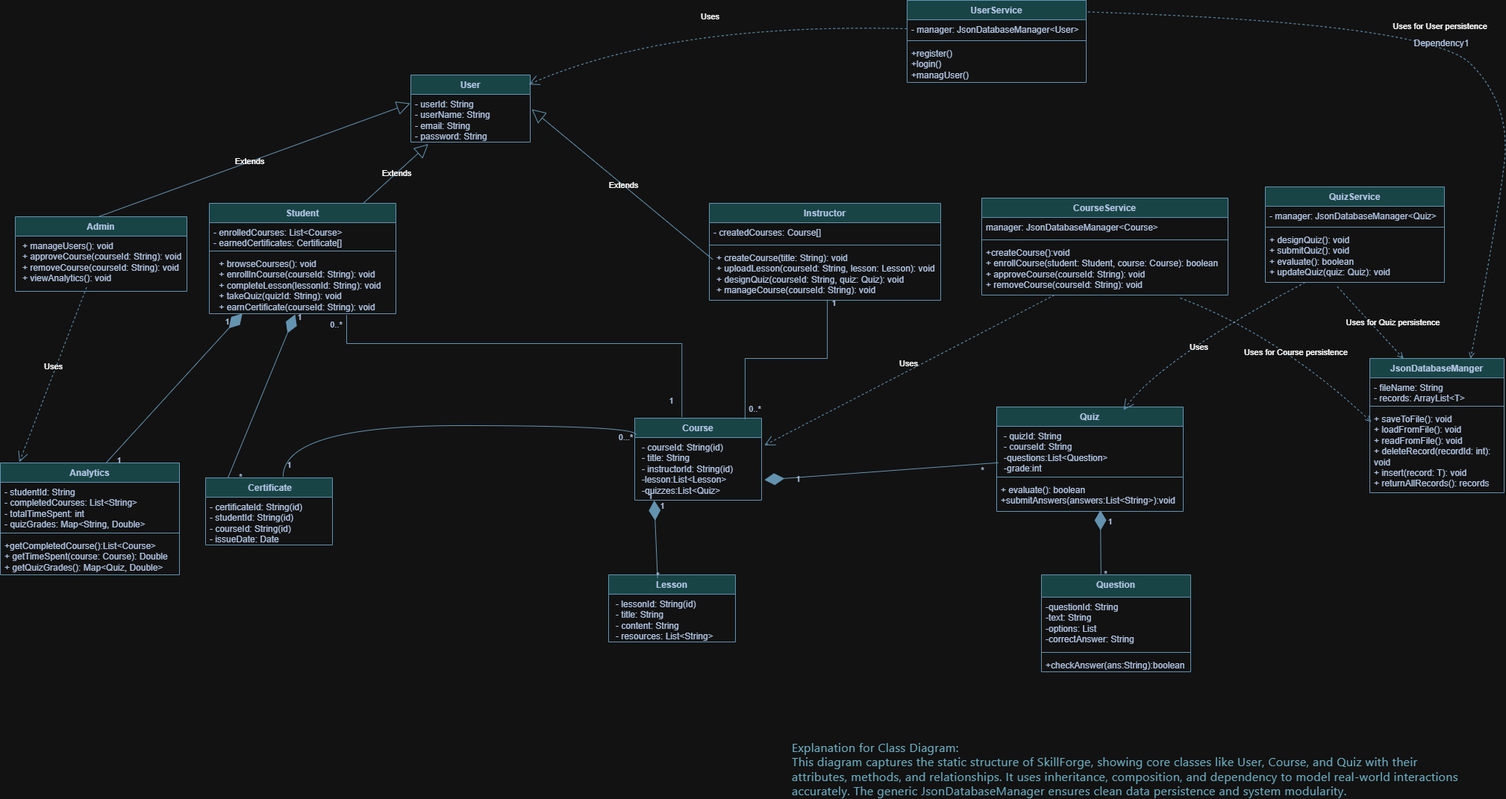
The draw.io diagram SkillForge UML Design/Class Diagram_Kirolos.drawio.png in KeroSherif/lab6, before a commit. Source tidied: cells renumbered, new cells last; positions are measured from the earlier drawing's top-left corner, leaving out a move shared by most shapes.
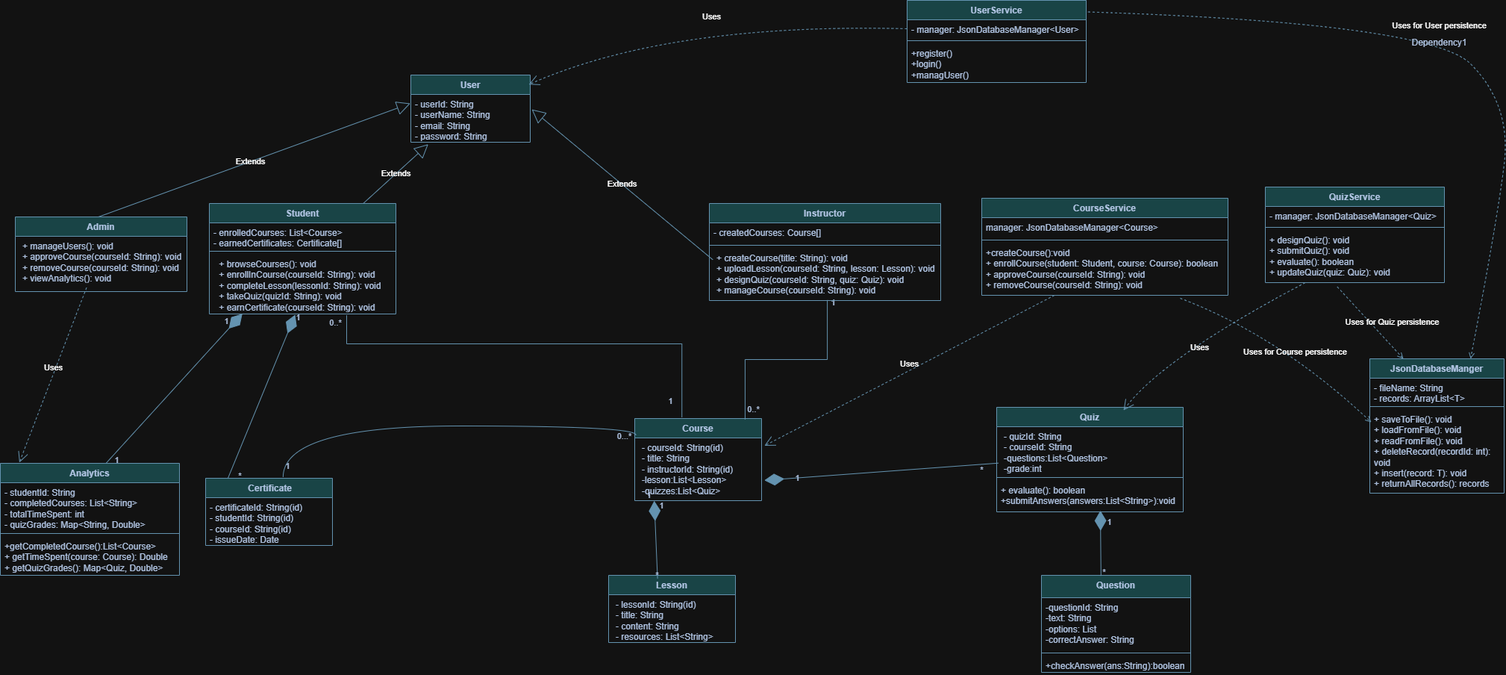
Above is the later version.

Diff of the diagram source:
```diff
@@ -294,9 +294,6 @@
         <mxPoint x="10" as="offset" />
       </mxGeometry>
     </mxCell>
-    <mxCell id="82" value="&lt;div style=&quot;text-align: start;&quot;&gt;&lt;font style=&quot;color: light-dark(rgb(162, 164, 178), rgb(107, 171, 190));&quot; face=&quot;system-ui, ui-sans-serif, -apple-system, BlinkMacSystemFont, sans-serif, Inter, NotoSansHans&quot;&gt;&lt;span style=&quot;font-size: 16px; letter-spacing: 0.32px; white-space-collapse: preserve-breaks;&quot;&gt;Explanation for Class Diagram:&lt;br&gt;This diagram captures the static structure of SkillForge, showing core classes like User, Course, and Quiz with their attributes, methods, and relationships. It uses inheritance, composition, and dependency to model real-world interactions accurately. The generic JsonDatabaseManager ensures clean data persistence and system modularity.&lt;/span&gt;&lt;/font&gt;&lt;/div&gt;" style="text;html=1;whiteSpace=wrap;strokeColor=none;fillColor=none;align=center;verticalAlign=middle;rounded=0;fontColor=#1D3557;labelBackgroundColor=none;" parent="1" vertex="1">
-      <mxGeometry x="1060" y="990" width="910" height="80" as="geometry" />
-    </mxCell>
     <mxCell id="83" value="Uses" style="edgeStyle=none;html=1;endArrow=open;endSize=12;dashed=1;verticalAlign=bottom;rounded=0;exitX=0.415;exitY=0.929;exitDx=0;exitDy=0;exitPerimeter=0;entryX=0.106;entryY=-0.007;entryDx=0;entryDy=0;entryPerimeter=0;labelBackgroundColor=none;strokeColor=#457B9D;fontColor=default;" parent="1" edge="1" source="8" target="39">
       <mxGeometry relative="1" as="geometry" />
     </mxCell>
```
